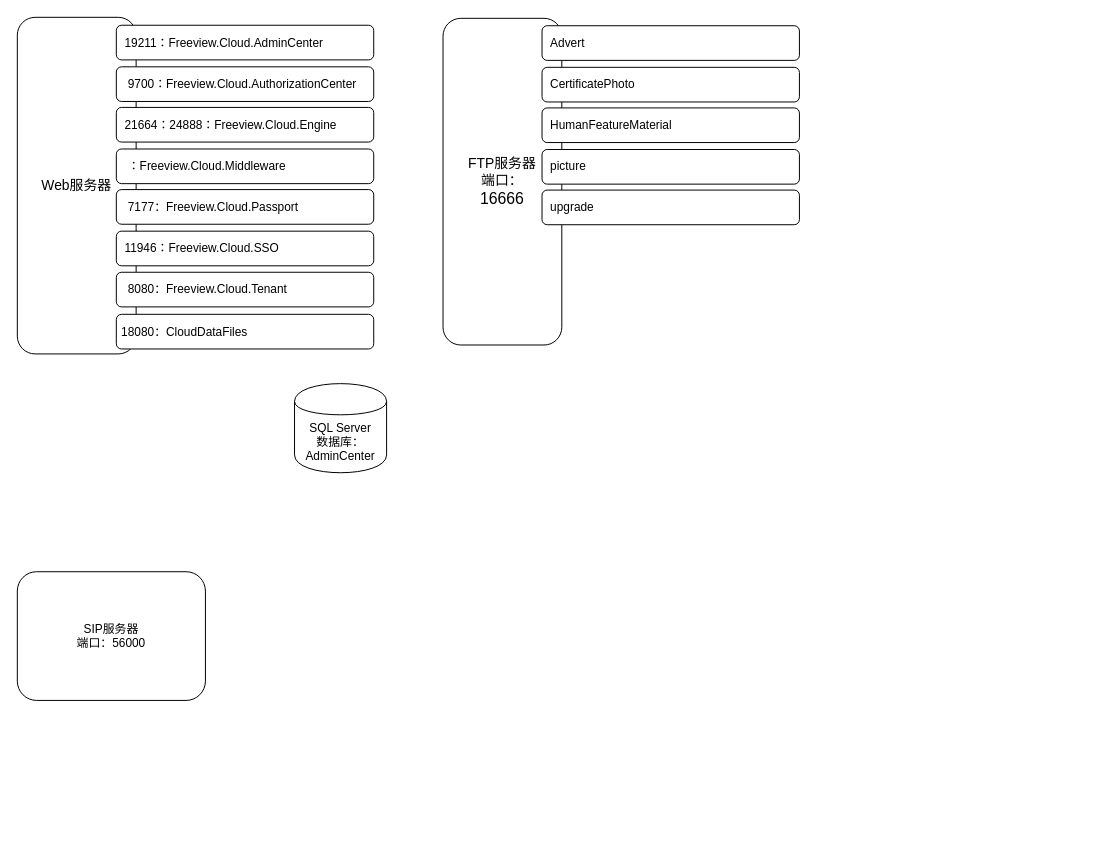
Earlier version of the draw.io diagram xinch.drawio (jeffmacn/myjava). Source tidied: cells renumbered, new cells numbered last; positions are measured from the earlier drawing's top-left corner, leaving out a move shared by most shapes. Both pictures are drawn from the tidied source at 99%, with x=0, y=0 at pixel (17, 17).
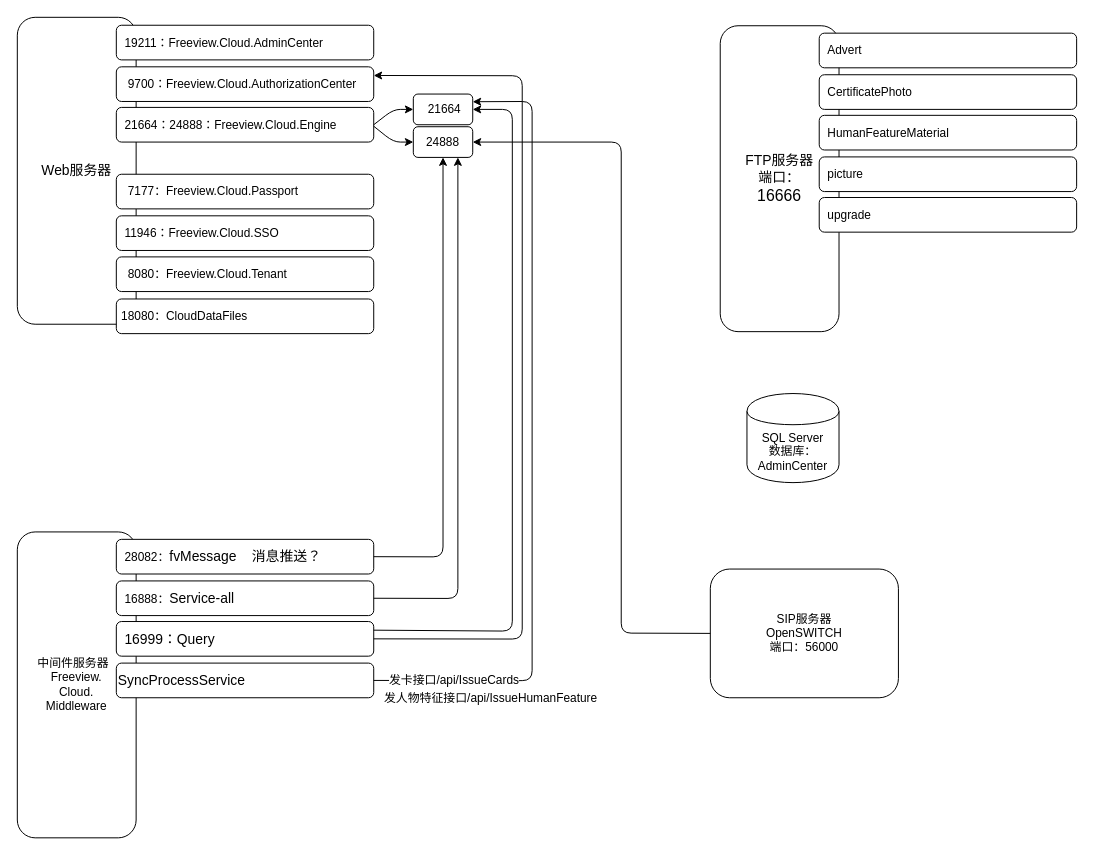
The same diagram, later.

Unchanged cells that the change refers to:
```xml
<mxCell id="5" value="&amp;nbsp; &amp;nbsp;&lt;span lang=&quot;EN-US&quot; style=&quot;font-size: 12px&quot;&gt;9700：&lt;/span&gt;Freeview.Cloud.AuthorizationCenter" style="rounded=1;whiteSpace=wrap;html=1;align=left;fontSize=12;" parent="1" vertex="1">
  <mxGeometry x="100" y="50" width="260" height="35" as="geometry" />
</mxCell>
<mxCell id="6" value="&amp;nbsp;&amp;nbsp;&lt;span lang=&quot;EN-US&quot; style=&quot;font-size: 12px&quot;&gt;21664：24888：&lt;/span&gt;Freeview.Cloud.Engine" style="rounded=1;whiteSpace=wrap;html=1;align=left;fontSize=12;" parent="1" vertex="1">
  <mxGeometry x="100" y="91" width="260" height="35" as="geometry" />
</mxCell>
```

The edit, as a diff of the source:
```diff
@@
     <mxCell id="2" value="SQL Server&lt;br&gt;数据库：AdminCenter" style="shape=cylinder;whiteSpace=wrap;html=1;boundedLbl=1;backgroundOutline=1;" parent="1" vertex="1">
-      <mxGeometry x="280" y="370" width="93" height="90" as="geometry" />
+      <mxGeometry x="737" y="380" width="93" height="90" as="geometry" />
     </mxCell>
     <mxCell id="3" value="&lt;span style=&quot;font-size: 10.5pt&quot;&gt;Web服务器&lt;br&gt;&lt;/span&gt;" style="rounded=1;whiteSpace=wrap;html=1;" parent="1" vertex="1">
-      <mxGeometry width="120" height="340" as="geometry" />
+      <mxGeometry width="120" height="310" as="geometry" />
     </mxCell>
@@
-    <mxCell id="7" value="&amp;nbsp; &amp;nbsp;&lt;span lang=&quot;EN-US&quot; style=&quot;font-size: 12px&quot;&gt;：&lt;/span&gt;Freeview.Cloud.Middleware" style="rounded=1;whiteSpace=wrap;html=1;align=left;fontSize=12;" parent="1" vertex="1">
-      <mxGeometry x="100" y="133" width="260" height="35" as="geometry" />
-    </mxCell>
     <mxCell id="8" value="&amp;nbsp; &amp;nbsp;7177：Freeview.Cloud.Passport" style="rounded=1;whiteSpace=wrap;html=1;align=left;" parent="1" vertex="1">
-      <mxGeometry x="100" y="174" width="260" height="35" as="geometry" />
+      <mxGeometry x="100" y="158.5" width="260" height="35" as="geometry" />
     </mxCell>
     <mxCell id="9" value="&amp;nbsp;&amp;nbsp;&lt;span lang=&quot;EN-US&quot; style=&quot;font-size: 12px;&quot;&gt;11946：&lt;/span&gt;Freeview.Cloud.SSO" style="rounded=1;whiteSpace=wrap;html=1;align=left;fontSize=12;" parent="1" vertex="1">
-      <mxGeometry x="100" y="216" width="260" height="35" as="geometry" />
+      <mxGeometry x="100" y="200.5" width="260" height="35" as="geometry" />
     </mxCell>
     <mxCell id="10" value="&amp;nbsp; &amp;nbsp;8080：Freeview.Cloud.Tenant" style="rounded=1;whiteSpace=wrap;html=1;align=left;" parent="1" vertex="1">
-      <mxGeometry x="100" y="257.5" width="260" height="35" as="geometry" />
+      <mxGeometry x="100" y="242" width="260" height="35" as="geometry" />
     </mxCell>
     <mxCell id="11" value="&lt;span style=&quot;font-size: 10.5pt&quot;&gt;FTP服务器&lt;br&gt;端口：&lt;br&gt;&lt;/span&gt;&lt;span lang=&quot;EN-US&quot; style=&quot;font-size: 12.0pt&quot;&gt;16666&lt;/span&gt;&lt;span style=&quot;font-size: 10.5pt&quot;&gt;&lt;br&gt;&lt;/span&gt;" style="rounded=1;whiteSpace=wrap;html=1;" parent="1" vertex="1">
-      <mxGeometry x="430" y="1" width="120" height="330" as="geometry" />
+      <mxGeometry x="710" y="8.5" width="120" height="309" as="geometry" />
     </mxCell>
     <mxCell id="12" value="&amp;nbsp;&amp;nbsp;&lt;span style=&quot;white-space: nowrap&quot;&gt;Advert&lt;/span&gt;" style="rounded=1;whiteSpace=wrap;html=1;align=left;" parent="1" vertex="1">
-      <mxGeometry x="530" y="8.5" width="260" height="35" as="geometry" />
+      <mxGeometry x="810" y="16" width="260" height="35" as="geometry" />
     </mxCell>
     <mxCell id="13" value="&amp;nbsp;&amp;nbsp;&lt;span style=&quot;white-space: nowrap&quot;&gt;CertificatePhoto&lt;/span&gt;" style="rounded=1;whiteSpace=wrap;html=1;align=left;" parent="1" vertex="1">
-      <mxGeometry x="530" y="50.5" width="260" height="35" as="geometry" />
+      <mxGeometry x="810" y="58" width="260" height="35" as="geometry" />
     </mxCell>
     <mxCell id="14" value="&lt;span style=&quot;white-space: nowrap&quot;&gt;&amp;nbsp; HumanFeatureMaterial&lt;/span&gt;" style="rounded=1;whiteSpace=wrap;html=1;align=left;" parent="1" vertex="1">
-      <mxGeometry x="530" y="91.5" width="260" height="35" as="geometry" />
+      <mxGeometry x="810" y="99" width="260" height="35" as="geometry" />
     </mxCell>
     <mxCell id="15" value="&amp;nbsp;&amp;nbsp;&lt;span style=&quot;white-space: nowrap&quot;&gt;picture&lt;/span&gt;" style="rounded=1;whiteSpace=wrap;html=1;align=left;" parent="1" vertex="1">
-      <mxGeometry x="530" y="133.5" width="260" height="35" as="geometry" />
+      <mxGeometry x="810" y="141" width="260" height="35" as="geometry" />
     </mxCell>
     <mxCell id="16" value="&amp;nbsp;&amp;nbsp;&lt;span style=&quot;white-space: nowrap&quot;&gt;upgrade&lt;/span&gt;" style="rounded=1;whiteSpace=wrap;html=1;align=left;" parent="1" vertex="1">
-      <mxGeometry x="530" y="174.5" width="260" height="35" as="geometry" />
+      <mxGeometry x="810" y="182" width="260" height="35" as="geometry" />
     </mxCell>
-    <mxCell id="17" value="SIP服务器&lt;br&gt;端口：56000" style="rounded=1;whiteSpace=wrap;html=1;fontSize=12;align=center;" parent="1" vertex="1">
-      <mxGeometry y="560" width="190" height="130" as="geometry" />
+    <mxCell id="17" value="SIP服务器&lt;br&gt;OpenSWITCH&lt;br&gt;端口：56000" style="rounded=1;whiteSpace=wrap;html=1;fontSize=12;align=center;" parent="1" vertex="1">
+      <mxGeometry x="700" y="557.3" width="190" height="130" as="geometry" />
     </mxCell>
     <mxCell id="18" value="&amp;nbsp;18080：CloudDataFiles" style="rounded=1;whiteSpace=wrap;html=1;align=left;" parent="1" vertex="1">
-      <mxGeometry x="100" y="300" width="260" height="35" as="geometry" />
+      <mxGeometry x="100" y="284.5" width="260" height="35" as="geometry" />
     </mxCell>
+    <mxCell id="19" value="中间件服务器&amp;nbsp;&amp;nbsp;&lt;br&gt;Freeview.&lt;br&gt;Cloud.&lt;br&gt;Middleware" style="rounded=1;whiteSpace=wrap;html=1;" parent="1" vertex="1">
+      <mxGeometry y="519.8" width="120" height="309" as="geometry" />
+    </mxCell>
+    <mxCell id="20" value="&amp;nbsp; &lt;span style=&quot;white-space: nowrap&quot;&gt;28082：&lt;/span&gt;&lt;span lang=&quot;EN-US&quot; style=&quot;font-size: 10.5pt ; font-family: &amp;#34;calibri&amp;#34; , sans-serif&quot;&gt;fvMessage&amp;nbsp; &amp;nbsp; 消息推送？&lt;/span&gt;" style="rounded=1;whiteSpace=wrap;html=1;align=left;" parent="1" vertex="1">
+      <mxGeometry x="100" y="527.3" width="260" height="35" as="geometry" />
+    </mxCell>
+    <mxCell id="21" value="&amp;nbsp; 16888：&lt;span lang=&quot;EN-US&quot; style=&quot;font-size: 10.5pt; font-family: calibri, sans-serif;&quot;&gt;Service-all&lt;/span&gt;" style="rounded=1;whiteSpace=wrap;html=1;align=left;fontColor=#000000;" parent="1" vertex="1">
+      <mxGeometry x="100" y="569.3" width="260" height="35" as="geometry" />
+    </mxCell>
+    <mxCell id="22" value="&lt;span style=&quot;white-space: nowrap&quot;&gt;&amp;nbsp;&amp;nbsp;&lt;/span&gt;&lt;span lang=&quot;EN-US&quot; style=&quot;font-size: 10.5pt ; font-family: &amp;#34;calibri&amp;#34; , sans-serif&quot;&gt;16999：&lt;/span&gt;&lt;span lang=&quot;EN-US&quot; style=&quot;font-size: 10.5pt ; font-family: &amp;#34;calibri&amp;#34; , sans-serif&quot;&gt;Query&lt;/span&gt;" style="rounded=1;whiteSpace=wrap;html=1;align=left;" parent="1" vertex="1">
+      <mxGeometry x="100" y="610.3" width="260" height="35" as="geometry" />
+    </mxCell>
+    <mxCell id="23" value="&lt;span lang=&quot;EN-US&quot; style=&quot;font-size: 10.5pt ; font-family: &amp;#34;calibri&amp;#34; , sans-serif&quot;&gt;SyncProcessService&lt;/span&gt;" style="rounded=1;whiteSpace=wrap;html=1;align=left;" parent="1" vertex="1">
+      <mxGeometry x="100" y="652.3" width="260" height="35" as="geometry" />
+    </mxCell>
+    <mxCell id="24" value="&lt;span style=&quot;text-align: left ; white-space: normal&quot;&gt;&amp;nbsp;&lt;/span&gt;&lt;span lang=&quot;EN-US&quot; style=&quot;text-align: left ; white-space: normal&quot;&gt;21664&lt;/span&gt;" style="rounded=1;whiteSpace=wrap;html=1;fontSize=12;fontColor=#000000;align=center;" parent="1" vertex="1">
+      <mxGeometry x="400" y="77.5" width="60" height="31" as="geometry" />
+    </mxCell>
+    <mxCell id="25" value="&lt;span style=&quot;text-align: left&quot;&gt;24888&lt;/span&gt;" style="rounded=1;whiteSpace=wrap;html=1;fontSize=12;fontColor=#000000;align=center;" parent="1" vertex="1">
+      <mxGeometry x="400" y="110.5" width="60" height="31" as="geometry" />
+    </mxCell>
+    <mxCell id="26" style="endArrow=classic;html=1;fontSize=12;fontColor=#000000;exitX=1;exitY=0.5;exitDx=0;exitDy=0;entryX=0;entryY=0.5;entryDx=0;entryDy=0;" parent="1" edge="1" source="6" target="24">
+      <mxGeometry relative="1" as="geometry">
+        <Array as="points">
+          <mxPoint x="380" y="93" />
+        </Array>
+      </mxGeometry>
+    </mxCell>
+    <mxCell id="27" style="endArrow=classic;html=1;fontSize=12;fontColor=#000000;entryX=0;entryY=0.5;entryDx=0;entryDy=0;" parent="1" edge="1" target="25">
+      <mxGeometry relative="1" as="geometry">
+        <mxPoint x="360" y="110" as="sourcePoint" />
+        <Array as="points">
+          <mxPoint x="380" y="126" />
+        </Array>
+      </mxGeometry>
+    </mxCell>
+    <mxCell id="28" style="endArrow=classic;html=1;fontSize=12;fontColor=#000000;exitX=1;exitY=0.5;exitDx=0;exitDy=0;entryX=0.5;entryY=1;entryDx=0;entryDy=0;" parent="1" edge="1" source="20" target="25">
+      <mxGeometry relative="1" as="geometry">
+        <Array as="points">
+          <mxPoint x="430" y="545" />
+        </Array>
+      </mxGeometry>
+    </mxCell>
+    <mxCell id="29" style="endArrow=classic;html=1;fontSize=12;fontColor=#000000;exitX=1;exitY=0.25;exitDx=0;exitDy=0;entryX=1;entryY=0.5;entryDx=0;entryDy=0;" parent="1" edge="1" source="22" target="24">
+      <mxGeometry relative="1" as="geometry">
+        <Array as="points">
+          <mxPoint x="500" y="620" />
+          <mxPoint x="500" y="93" />
+        </Array>
+      </mxGeometry>
+    </mxCell>
+    <mxCell id="30" style="endArrow=classic;html=1;fontSize=12;fontColor=#000000;exitX=1;exitY=0.5;exitDx=0;exitDy=0;entryX=0.75;entryY=1;entryDx=0;entryDy=0;" parent="1" edge="1" source="21" target="25">
+      <mxGeometry relative="1" as="geometry">
+        <Array as="points">
+          <mxPoint x="445" y="587" />
+        </Array>
+      </mxGeometry>
+    </mxCell>
+    <mxCell id="31" style="endArrow=classic;html=1;fontSize=12;fontColor=#000000;exitX=1;exitY=0.5;exitDx=0;exitDy=0;entryX=1;entryY=0.25;entryDx=0;entryDy=0;" parent="1" edge="1" source="22" target="5">
+      <mxGeometry relative="1" as="geometry">
+        <Array as="points">
+          <mxPoint x="510" y="628" />
+          <mxPoint x="510" y="59" />
+        </Array>
+      </mxGeometry>
+    </mxCell>
+    <mxCell id="32" style="endArrow=classic;html=1;fontSize=12;fontColor=#000000;exitX=1;exitY=0.5;exitDx=0;exitDy=0;entryX=1;entryY=0.25;entryDx=0;entryDy=0;" parent="1" edge="1" source="23" target="24">
+      <mxGeometry relative="1" as="geometry">
+        <Array as="points">
+          <mxPoint x="520" y="670" />
+          <mxPoint x="520" y="85" />
+        </Array>
+      </mxGeometry>
+    </mxCell>
+    <mxCell id="33" value="发卡接口/api/IssueCards" style="text;html=1;align=center;verticalAlign=middle;labelBackgroundColor=#ffffff;fontSize=12;fontColor=#000000;" parent="32" vertex="1">
+      <mxGeometry x="-0.87" relative="1" as="geometry">
+        <mxPoint x="29" as="offset" />
+      </mxGeometry>
+    </mxCell>
+    <mxCell id="34" value="发人物特征接口/api/IssueHumanFeature" style="text;html=1;align=center;verticalAlign=middle;labelBackgroundColor=#ffffff;fontSize=12;fontColor=#000000;" parent="1" vertex="1">
+      <mxGeometry x="490" y="670" as="geometry">
+        <mxPoint x="-13" y="17" as="offset" />
+      </mxGeometry>
+    </mxCell>
+    <mxCell id="35" style="endArrow=classic;html=1;fontSize=12;fontColor=#000000;exitX=0;exitY=0.5;exitDx=0;exitDy=0;entryX=1;entryY=0.5;entryDx=0;entryDy=0;" parent="1" edge="1" source="17" target="25">
+      <mxGeometry relative="1" as="geometry">
+        <Array as="points">
+          <mxPoint x="610" y="622" />
+          <mxPoint x="610" y="126" />
+        </Array>
+      </mxGeometry>
+    </mxCell>
```
